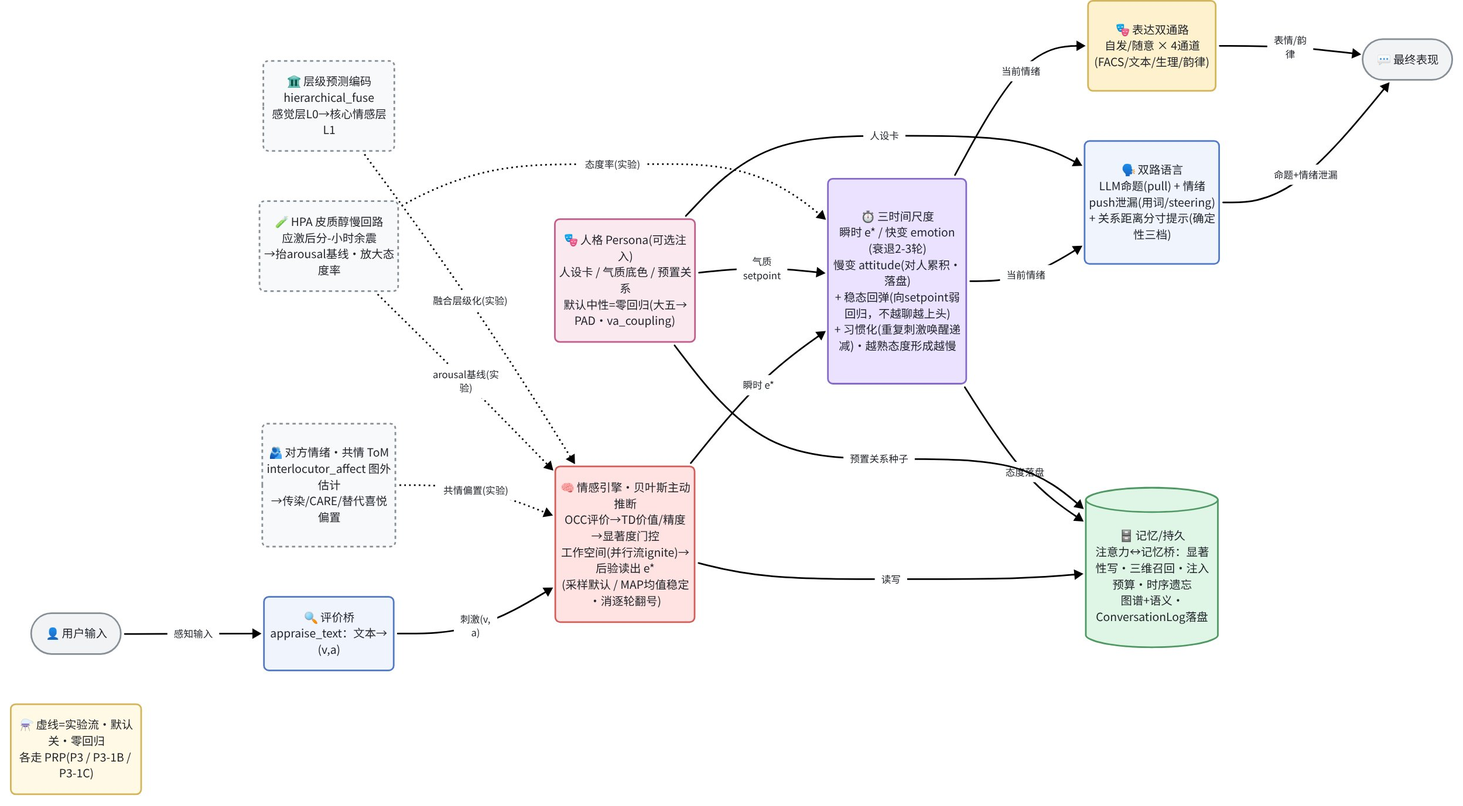
Above: docs/v2/framework-current.png in WizardHeHeJun/Zero (Mermaid), before the change. Its source is kept beside it as docs/v2/framework-current.mmd.
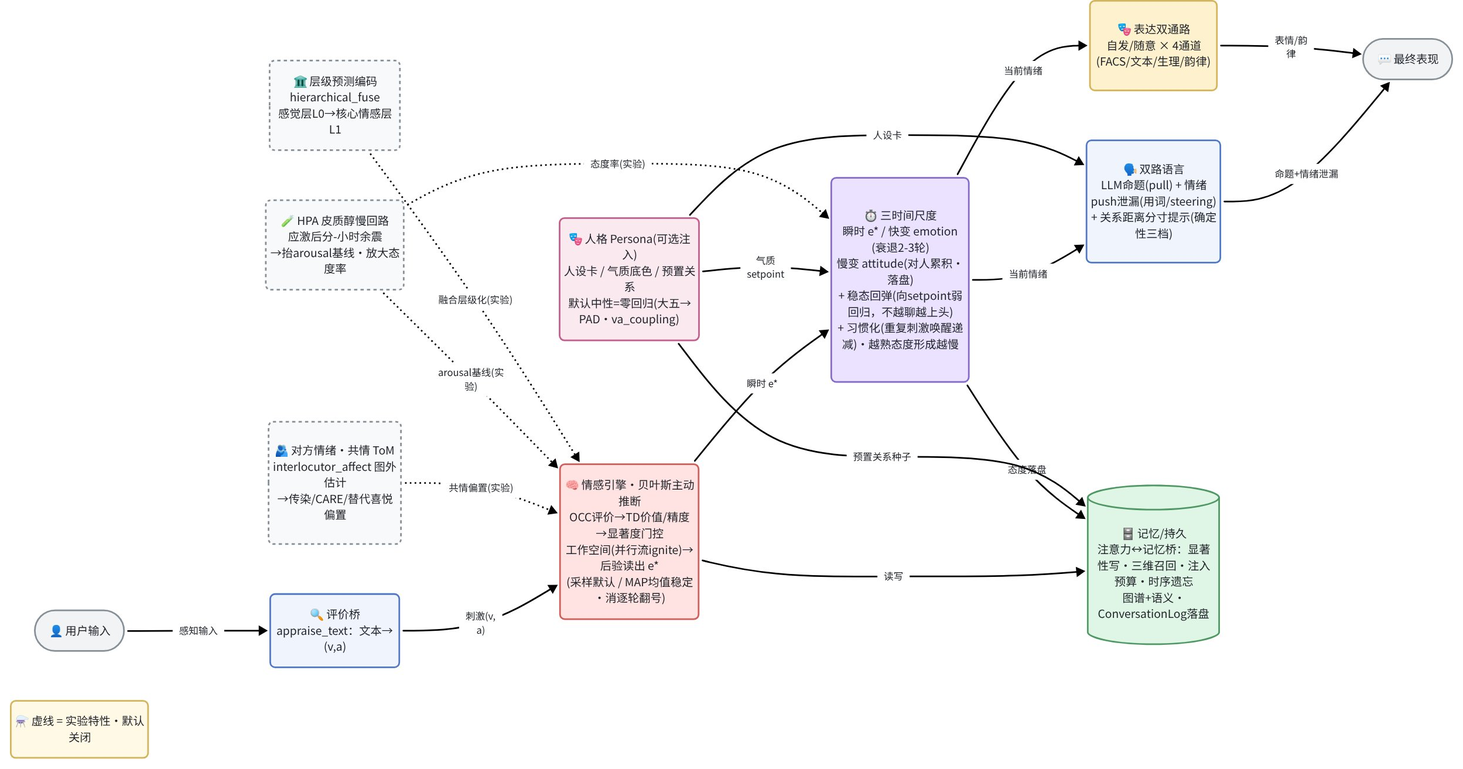
The same diagram one commit later.

Commit message:
docs(figures): 框架图图例去内部话语——「实验流·零回归·各走 PRP」简化为「实验特性·默认关闭」

Diff of the diagram source:
```diff
@@ -12,7 +12,7 @@
   tom["🫂 对方情绪·共情 ToM<br/>interlocutor_affect 图外估计<br/>→传染/CARE/替代喜悦偏置"]:::experimental
   hpa["🧪 HPA 皮质醇慢回路<br/>应激后分-小时余震<br/>→抬arousal基线·放大态度率"]:::experimental
   hpc["🏛️ 层级预测编码<br/>hierarchical_fuse<br/>感觉层L0→核心情感层L1"]:::experimental
-  expnote["⚗️ 虚线=实验流·默认关·零回归<br/>各走 PRP(P3 / P3-1B / P3-1C)"]:::expnote
+  expnote["⚗️ 虚线 = 实验特性·默认关闭"]:::expnote
 
   user -->|"感知输入"| appraise
   appraise -->|"刺激(v,a)"| engine
```
